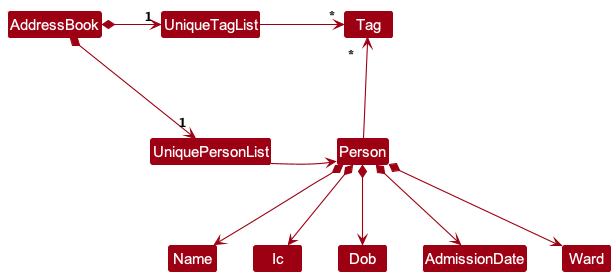
The PlantUML diagram docs/images/BetterModelClassDiagram.png in swtan346/tp, before a commit.
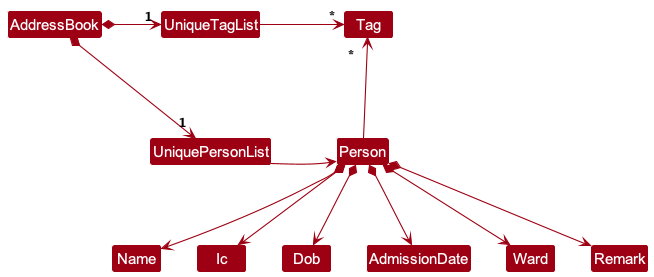
After the change.

Commit message:
Update UML diagrams in DG

Change to the diagram source:
```diff
@@ -19,4 +19,5 @@
 Person *--> Dob
 Person *--> AdmissionDate
 Person *--> Ward
+Person *--> Remark
 @enduml
```
